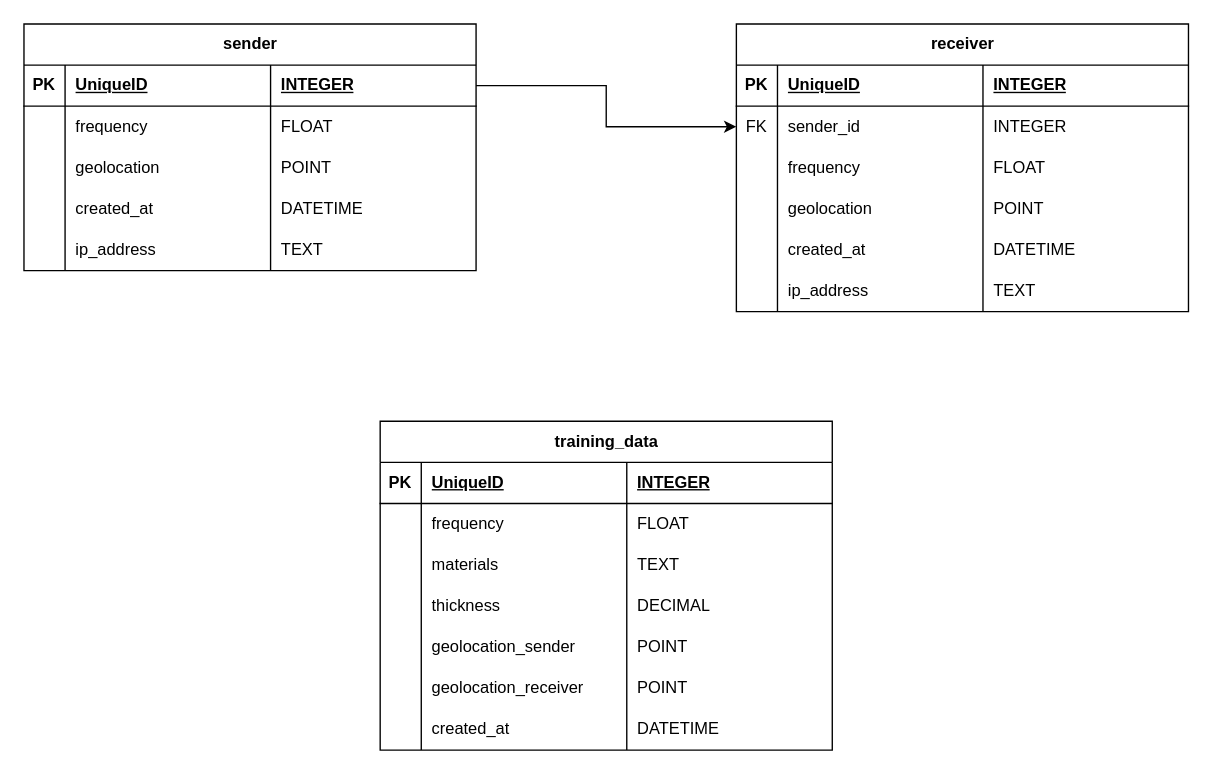
The draw.io diagram page "schema" (4 of 4) of system_architecture.drawio in chadashu/mapping_via_radiowaves, before the edit. Source tidied: cells renumbered, new cells numbered last; positions are measured from the earlier drawing's top-left corner, leaving out a move shared by most shapes. Both pictures are drawn from the tidied source at 137%, with x=0, y=0 at pixel (23, 23).
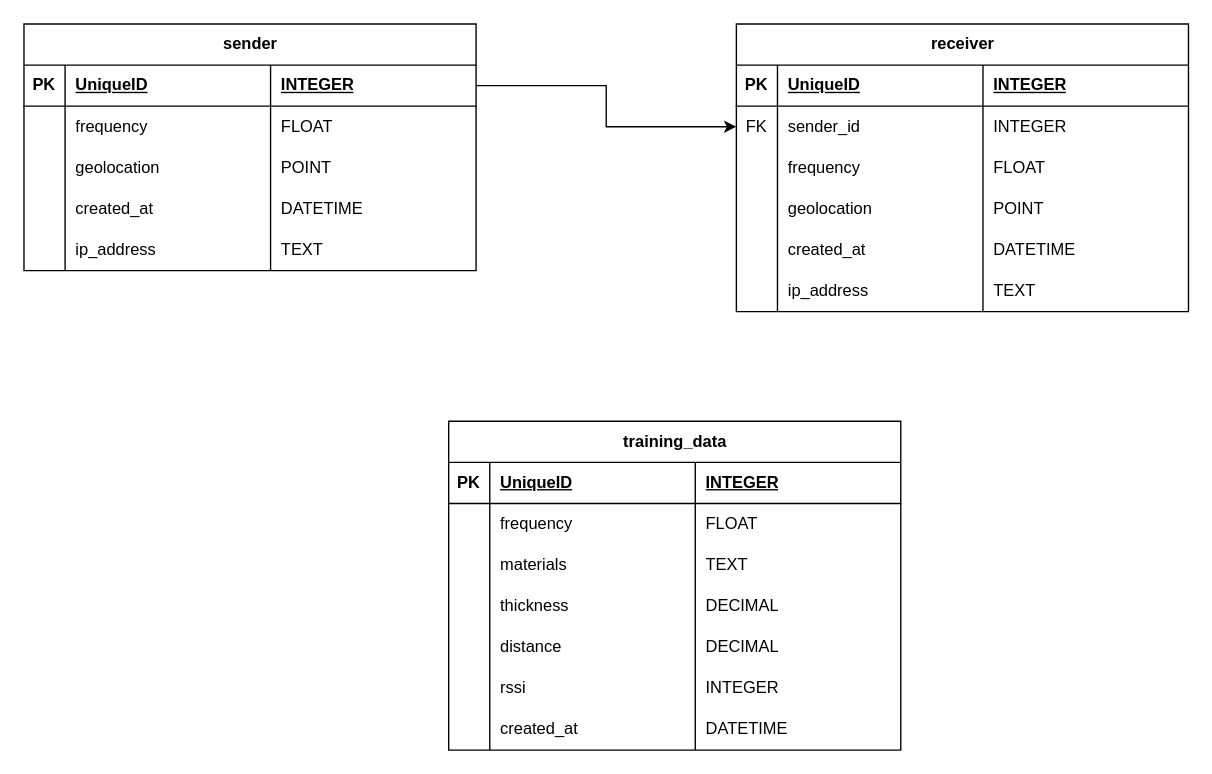
The same diagram, later.

The change refers to these unchanged cells:
```xml
<mxCell id="66" style="shape=tableRow;horizontal=0;startSize=0;swimlaneHead=0;swimlaneBody=0;fillColor=none;top=0;left=0;right=0;bottom=0;" parent="49" vertex="1">
  <mxGeometry y="150" width="330" height="30" as="geometry" />
</mxCell>
<mxCell id="70" style="shape=tableRow;horizontal=0;startSize=0;swimlaneHead=0;swimlaneBody=0;fillColor=none;top=0;left=0;right=0;bottom=0;" parent="49" vertex="1">
  <mxGeometry y="180" width="330" height="30" as="geometry" />
</mxCell>
```

Diff of the diagram source:
```diff
@@
     <mxCell id="49" value="training_data" style="shape=table;startSize=30;childLayout=tableLayout;rowLines=0;fontStyle=1;align=center;html=1;" parent="1" vertex="1">
-      <mxGeometry x="260" y="290" width="330" height="240" as="geometry" />
+      <mxGeometry x="310" y="290" width="330" height="240" as="geometry" />
     </mxCell>
@@
-    <mxCell id="68" value="geolocation_sender" style="shape=partialRectangle;fillColor=none;top=0;left=0;bottom=0;right=0;align=left;spacingLeft=6;overflow=hidden;whiteSpace=wrap;html=1;" parent="66" vertex="1">
+    <mxCell id="68" value="distance" style="shape=partialRectangle;fillColor=none;top=0;left=0;bottom=0;right=0;align=left;spacingLeft=6;overflow=hidden;whiteSpace=wrap;html=1;" parent="66" vertex="1">
       <mxGeometry x="30" width="150" height="30" as="geometry" />
     </mxCell>
-    <mxCell id="69" value="POINT" style="shape=partialRectangle;fillColor=none;top=0;left=0;bottom=0;right=0;align=left;spacingLeft=6;overflow=hidden;whiteSpace=wrap;html=1;" parent="66" vertex="1">
+    <mxCell id="69" value="DECIMAL" style="shape=partialRectangle;fillColor=none;top=0;left=0;bottom=0;right=0;align=left;spacingLeft=6;overflow=hidden;whiteSpace=wrap;html=1;" parent="66" vertex="1">
       <mxGeometry x="180" width="150" height="30" as="geometry" />
     </mxCell>
@@
-    <mxCell id="72" value="geolocation_receiver" style="shape=partialRectangle;fillColor=none;top=0;left=0;bottom=0;right=0;align=left;spacingLeft=6;overflow=hidden;whiteSpace=wrap;html=1;" parent="70" vertex="1">
-      <mxGeometry x="30" width="150" height="30" as="geometry" />
-    </mxCell>
-    <mxCell id="73" value="POINT" style="shape=partialRectangle;fillColor=none;top=0;left=0;bottom=0;right=0;align=left;spacingLeft=6;overflow=hidden;whiteSpace=wrap;html=1;" parent="70" vertex="1">
-      <mxGeometry x="180" width="150" height="30" as="geometry" />
-    </mxCell>
+    <mxCell id="78" value="rssi" style="shape=partialRectangle;fillColor=none;top=0;left=0;bottom=0;right=0;align=left;spacingLeft=6;overflow=hidden;whiteSpace=wrap;html=1;" parent="70" vertex="1">
+      <mxGeometry x="30" width="150" height="30" as="geometry" />
+    </mxCell>
+    <mxCell id="79" value="INTEGER" style="shape=partialRectangle;fillColor=none;top=0;left=0;bottom=0;right=0;align=left;spacingLeft=6;overflow=hidden;whiteSpace=wrap;html=1;" parent="70" vertex="1">
+      <mxGeometry x="180" width="150" height="30" as="geometry" />
+    </mxCell>
```
